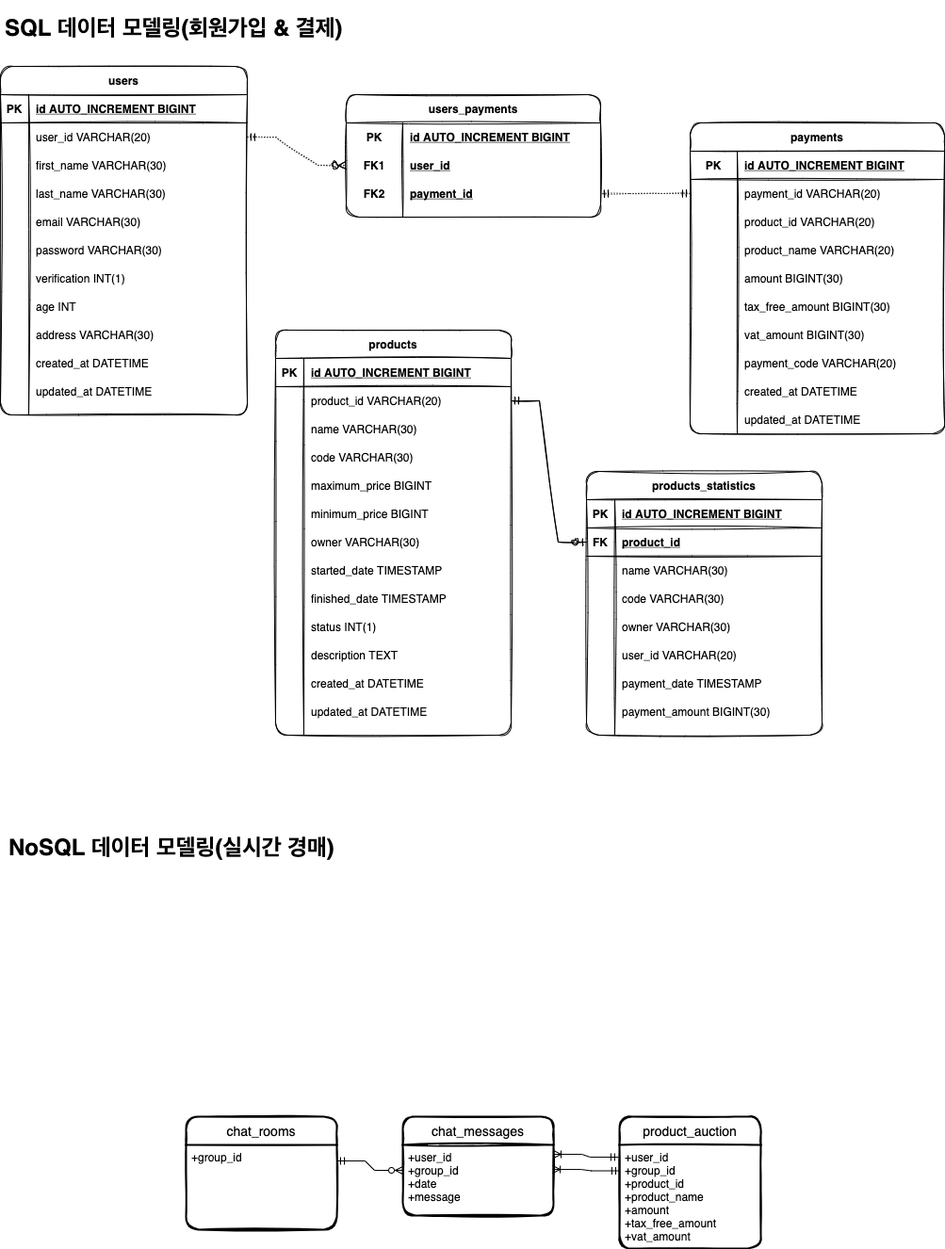
Above: sago_database_schema.png in AnneMayor/TestRepository (draw.io), before the change. Source tidied: cells renumbered, new cells last; positions are measured from the earlier drawing's top-left corner, leaving out a move shared by most shapes.
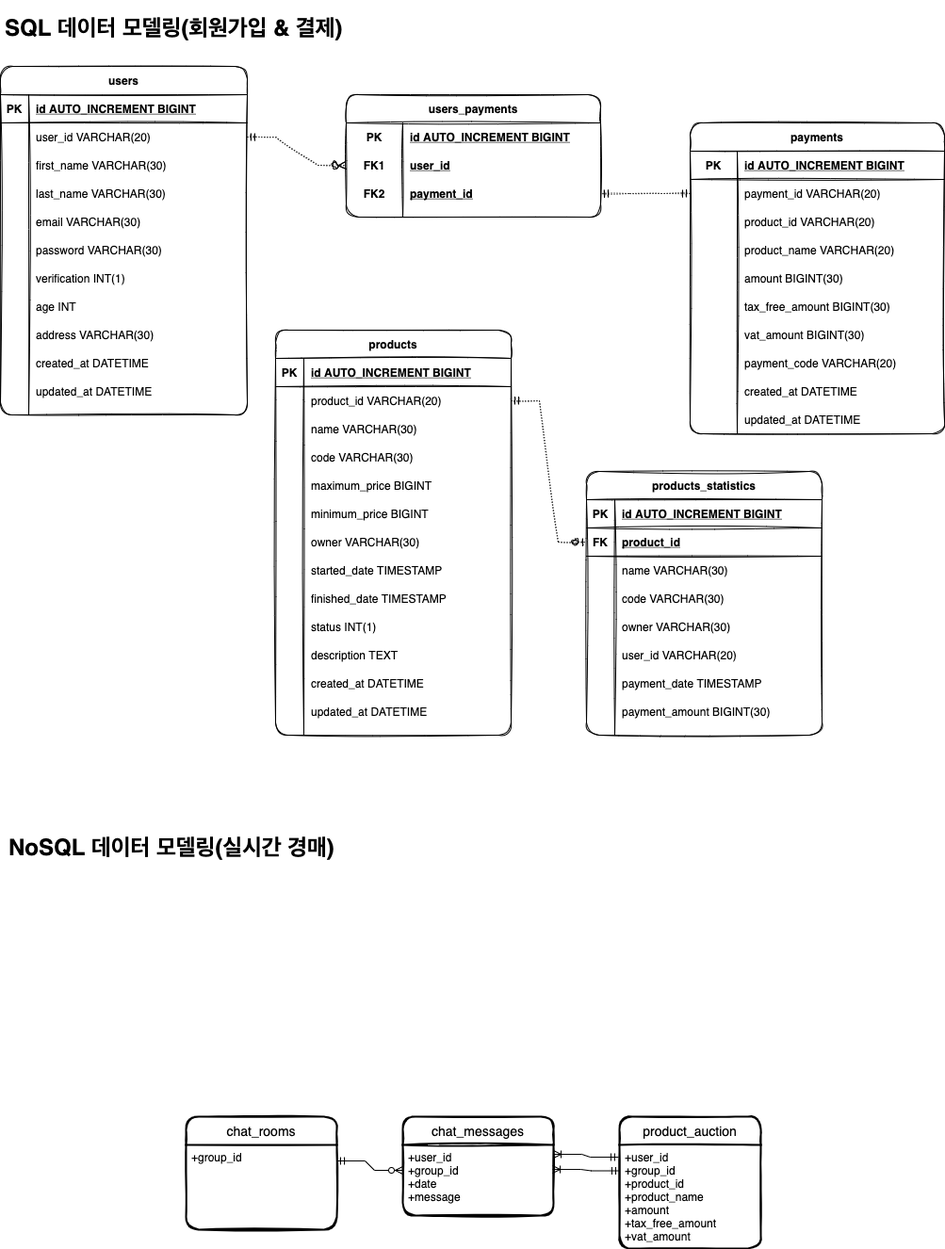
The same file after the commit.

Commit message:
Updated RDBMS relations

The edit, as a diff of the source:
```diff
@@ -458,7 +458,7 @@
     <mxCell id="153" style="edgeStyle=entityRelationEdgeStyle;fontSize=12;html=1;endArrow=ERzeroToMany;startArrow=ERmandOne;rounded=0;sketch=1;exitX=1;exitY=0.5;exitDx=0;exitDy=0;entryX=0;entryY=0.5;entryDx=0;entryDy=0;dashed=1;dashPattern=1 2;" parent="1" edge="1" source="6" target="81">
       <mxGeometry relative="1" as="geometry" />
     </mxCell>
-    <mxCell id="154" style="edgeStyle=entityRelationEdgeStyle;fontSize=12;html=1;endArrow=ERzeroToOne;startArrow=ERmandOne;rounded=0;sketch=1;entryX=0;entryY=0.5;entryDx=0;entryDy=0;exitX=1;exitY=0.5;exitDx=0;exitDy=0;" parent="1" edge="1" source="40" target="124">
+    <mxCell id="154" style="edgeStyle=entityRelationEdgeStyle;fontSize=12;html=1;endArrow=ERzeroToOne;startArrow=ERmandOne;rounded=0;sketch=1;entryX=0;entryY=0.5;entryDx=0;entryDy=0;exitX=1;exitY=0.5;exitDx=0;exitDy=0;dashed=1;dashPattern=1 2;" parent="1" edge="1" source="40" target="124">
       <mxGeometry relative="1" as="geometry" />
     </mxCell>
     <mxCell id="155" style="edgeStyle=entityRelationEdgeStyle;fontSize=12;html=1;endArrow=ERzeroToMany;startArrow=ERmandOne;rounded=0;exitX=1;exitY=0.189;exitDx=0;exitDy=0;exitPerimeter=0;entryX=0;entryY=0.36;entryDx=0;entryDy=0;entryPerimeter=0;" parent="1" edge="1" source="147" target="149">
```
